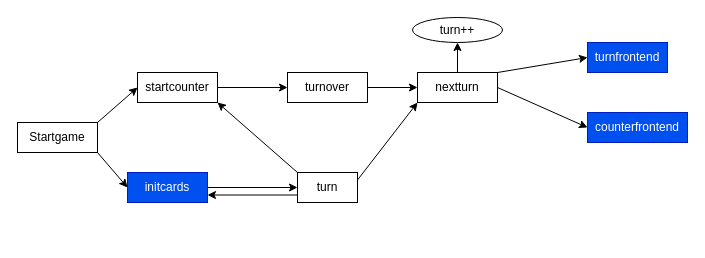
Earlier version of the draw.io diagram diagrama_clases.dio (aPelCinc/aPelCinc). Source tidied: cells renumbered, new cells numbered last; positions are measured from the earlier drawing's top-left corner, leaving out a move shared by most shapes. Both pictures are drawn from the tidied source at 100%, with x=0, y=0 at pixel (17, 17).
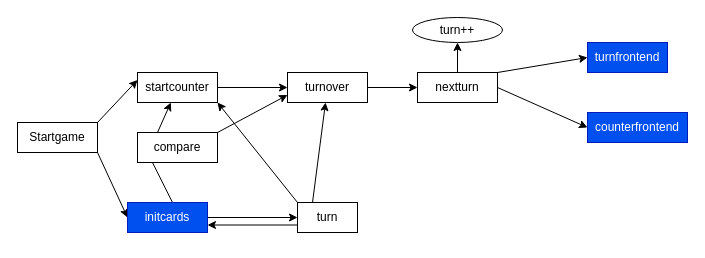
After the change.

Commit message (it also covers changes not shown here):
timer fixed, turn 'fixed' and all functional (i hope)

The change refers to these unchanged cells:
```xml
<mxCell id="4" value="Startgame" style="rounded=0;whiteSpace=wrap;html=1;" parent="1" vertex="1">
  <mxGeometry y="105" width="80" height="30" as="geometry" />
</mxCell>
<mxCell id="6" value="startcounter" style="rounded=0;whiteSpace=wrap;html=1;" parent="1" vertex="1">
  <mxGeometry x="120" y="55" width="80" height="30" as="geometry" />
</mxCell>
<mxCell id="8" value="turnover" style="rounded=0;whiteSpace=wrap;html=1;" parent="1" vertex="1">
  <mxGeometry x="270" y="55" width="80" height="30" as="geometry" />
</mxCell>
<mxCell id="12" value="nextturn" style="rounded=0;whiteSpace=wrap;html=1;" parent="1" vertex="1">
  <mxGeometry x="400" y="55" width="80" height="30" as="geometry" />
</mxCell>
```

Diff of the diagram source:
```diff
@@
+    <mxCell id="3" style="edgeStyle=none;html=1;exitX=1;exitY=1;exitDx=0;exitDy=0;entryX=0;entryY=0.5;entryDx=0;entryDy=0;" parent="1" edge="1" source="4" target="20">
+      <mxGeometry relative="1" as="geometry" />
+    </mxCell>
-    <mxCell id="2" style="edgeStyle=none;html=1;exitX=1;exitY=0;exitDx=0;exitDy=0;entryX=0;entryY=0.5;entryDx=0;entryDy=0;" parent="1" edge="1" source="4" target="6">
+    <mxCell id="2" style="edgeStyle=none;html=1;exitX=1;exitY=0;exitDx=0;exitDy=0;entryX=0;entryY=0.25;entryDx=0;entryDy=0;" parent="1" edge="1" source="4" target="6">
       <mxGeometry relative="1" as="geometry" />
     </mxCell>
-    <mxCell id="3" style="edgeStyle=none;html=1;exitX=1;exitY=1;exitDx=0;exitDy=0;entryX=0;entryY=0.5;entryDx=0;entryDy=0;" parent="1" edge="1" source="4" target="20">
-      <mxGeometry relative="1" as="geometry" />
-    </mxCell>
@@
-    <mxCell id="15" style="edgeStyle=none;html=1;exitX=1;exitY=0.25;exitDx=0;exitDy=0;entryX=0;entryY=1;entryDx=0;entryDy=0;" parent="1" edge="1" source="18" target="12">
-      <mxGeometry relative="1" as="geometry" />
-    </mxCell>
@@
+    <mxCell id="22" style="edgeStyle=none;html=1;exitX=0.25;exitY=0;exitDx=0;exitDy=0;" parent="1" edge="1" source="18" target="8">
+      <mxGeometry relative="1" as="geometry" />
+    </mxCell>
     <mxCell id="18" value="turn" style="rounded=0;whiteSpace=wrap;html=1;" parent="1" vertex="1">
-      <mxGeometry x="280" y="155" width="60" height="30" as="geometry" />
+      <mxGeometry x="280" y="185" width="60" height="30" as="geometry" />
     </mxCell>
@@
+    <mxCell id="23" style="edgeStyle=none;html=1;exitX=0.75;exitY=1;exitDx=0;exitDy=0;entryX=0;entryY=0;entryDx=0;entryDy=0;" parent="1" edge="1" source="20" target="26">
+      <mxGeometry relative="1" as="geometry" />
+    </mxCell>
     <mxCell id="20" value="initcards" style="rounded=0;whiteSpace=wrap;html=1;fillColor=#0050ef;fontColor=#ffffff;strokeColor=#001DBC;" parent="1" vertex="1">
-      <mxGeometry x="110" y="155" width="80" height="30" as="geometry" />
+      <mxGeometry x="110" y="185" width="80" height="30" as="geometry" />
     </mxCell>
@@
+    <mxCell id="24" style="edgeStyle=none;html=1;exitX=1;exitY=0;exitDx=0;exitDy=0;entryX=0;entryY=0.75;entryDx=0;entryDy=0;" parent="1" edge="1" source="26" target="8">
+      <mxGeometry relative="1" as="geometry" />
+    </mxCell>
+    <mxCell id="25" style="edgeStyle=none;html=1;exitX=0.25;exitY=0;exitDx=0;exitDy=0;" parent="1" edge="1" source="26" target="6">
+      <mxGeometry relative="1" as="geometry" />
+    </mxCell>
+    <mxCell id="26" value="compare" style="rounded=0;whiteSpace=wrap;html=1;" parent="1" vertex="1">
+      <mxGeometry x="120" y="115" width="80" height="30" as="geometry" />
+    </mxCell>
```
